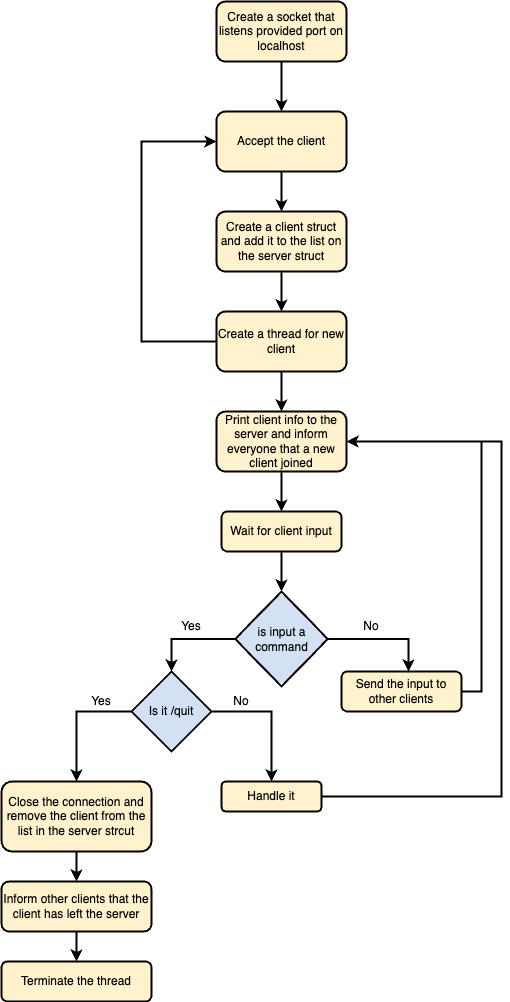
Before: docs/server.png, a diagram exported from draw.io (karadnz/chat_server). Source tidied: cells renumbered, new cells last; positions are measured from the earlier drawing's top-left corner, leaving out a move shared by most shapes.
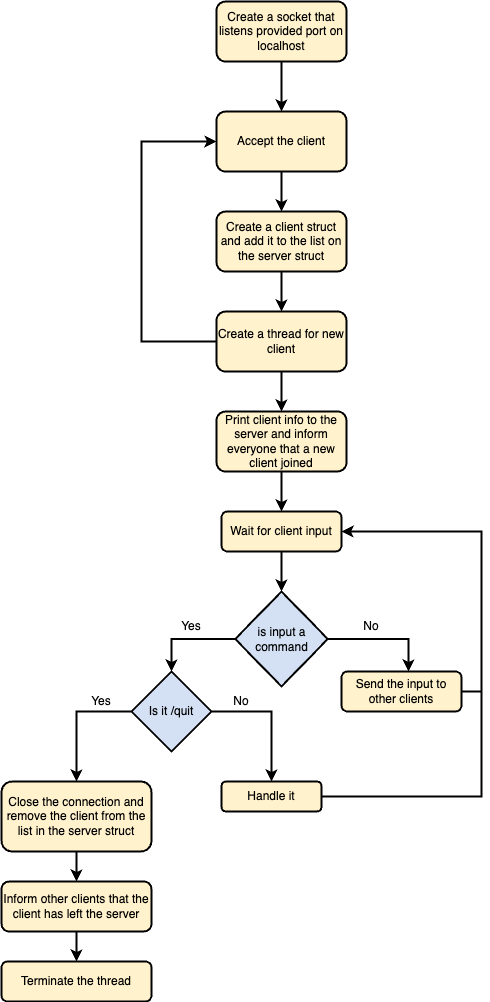
Later version of the same file.

Change to the diagram source:
```diff
@@ -52,9 +52,9 @@
     <mxCell id="16" value="is input a command" style="rhombus;whiteSpace=wrap;html=1;fillColor=#D4E1F5;strokeColor=#000000;strokeWidth=2;" parent="1" vertex="1">
       <mxGeometry x="233.8" y="590" width="92.5" height="95" as="geometry" />
     </mxCell>
-    <mxCell id="17" style="edgeStyle=orthogonalEdgeStyle;rounded=0;jettySize=auto;html=1;exitX=1;exitY=0.5;exitDx=0;exitDy=0;entryX=1;entryY=0.5;entryDx=0;entryDy=0;strokeWidth=2;" parent="1" edge="1" source="18" target="12">
-      <mxGeometry relative="1" as="geometry" />
-    </mxCell>
+    <mxCell id="34" style="edgeStyle=orthogonalEdgeStyle;rounded=0;jettySize=auto;html=1;exitX=1;exitY=0.5;exitDx=0;exitDy=0;entryX=1;entryY=0.5;entryDx=0;entryDy=0;strokeWidth=2;" parent="1" edge="1" source="18" target="14">
+      <mxGeometry relative="1" as="geometry" />
+    </mxCell>
     <mxCell id="18" value="Send the input to other clients" style="rounded=1;whiteSpace=wrap;html=1;fontSize=12;glass=0;strokeWidth=2;shadow=0;fillColor=#fff2cc;strokeColor=#000000;" parent="1" vertex="1">
       <mxGeometry x="340" y="670" width="120" height="40" as="geometry" />
     </mxCell>
@@ -76,21 +76,21 @@
     <mxCell id="24" value="Is it /quit" style="rhombus;whiteSpace=wrap;html=1;fillColor=#D4E1F5;strokeColor=#000000;strokeWidth=2;" parent="1" vertex="1">
       <mxGeometry x="130" y="670" width="80" height="80" as="geometry" />
     </mxCell>
-    <mxCell id="25" style="edgeStyle=orthogonalEdgeStyle;rounded=0;jettySize=auto;html=1;exitX=1;exitY=0.5;exitDx=0;exitDy=0;strokeWidth=2;entryX=1;entryY=0.5;entryDx=0;entryDy=0;" parent="1" edge="1" source="26" target="12">
-      <mxGeometry relative="1" as="geometry">
-        <Array as="points">
-          <mxPoint x="500" y="795" />
-          <mxPoint x="500" y="440" />
-        </Array>
-      </mxGeometry>
-    </mxCell>
+    <mxCell id="35" style="edgeStyle=orthogonalEdgeStyle;rounded=0;jettySize=auto;html=1;exitX=1;exitY=0.5;exitDx=0;exitDy=0;entryX=1;entryY=0.5;entryDx=0;entryDy=0;strokeWidth=2;" parent="1" edge="1" source="26" target="14">
+      <mxGeometry relative="1" as="geometry">
+        <Array as="points">
+          <mxPoint x="480" y="795" />
+          <mxPoint x="480" y="530" />
+        </Array>
+      </mxGeometry>
+    </mxCell>
     <mxCell id="26" value="Handle it" style="rounded=1;whiteSpace=wrap;html=1;fontSize=12;glass=0;strokeWidth=2;shadow=0;fillColor=#fff2cc;strokeColor=#000000;" parent="1" vertex="1">
       <mxGeometry x="220" y="780" width="100" height="30" as="geometry" />
     </mxCell>
     <mxCell id="27" style="edgeStyle=orthogonalEdgeStyle;rounded=0;jettySize=auto;html=1;exitX=0.5;exitY=1;exitDx=0;exitDy=0;entryX=0.5;entryY=0;entryDx=0;entryDy=0;strokeWidth=2;" parent="1" edge="1" source="28" target="30">
       <mxGeometry relative="1" as="geometry" />
     </mxCell>
-    <mxCell id="28" value="Close the connection and remove the client from the list in the server strcut" style="rounded=1;whiteSpace=wrap;html=1;fontSize=12;glass=0;strokeWidth=2;shadow=0;fillColor=#fff2cc;strokeColor=#000000;" parent="1" vertex="1">
+    <mxCell id="28" value="Close the connection and remove the client from the list in the server struct" style="rounded=1;whiteSpace=wrap;html=1;fontSize=12;glass=0;strokeWidth=2;shadow=0;fillColor=#fff2cc;strokeColor=#000000;" parent="1" vertex="1">
       <mxGeometry y="780" width="150" height="70" as="geometry" />
     </mxCell>
     <mxCell id="29" style="edgeStyle=orthogonalEdgeStyle;rounded=0;jettySize=auto;html=1;exitX=0.5;exitY=1;exitDx=0;exitDy=0;entryX=0.5;entryY=0;entryDx=0;entryDy=0;strokeWidth=2;" parent="1" edge="1" source="30" target="31">
```
